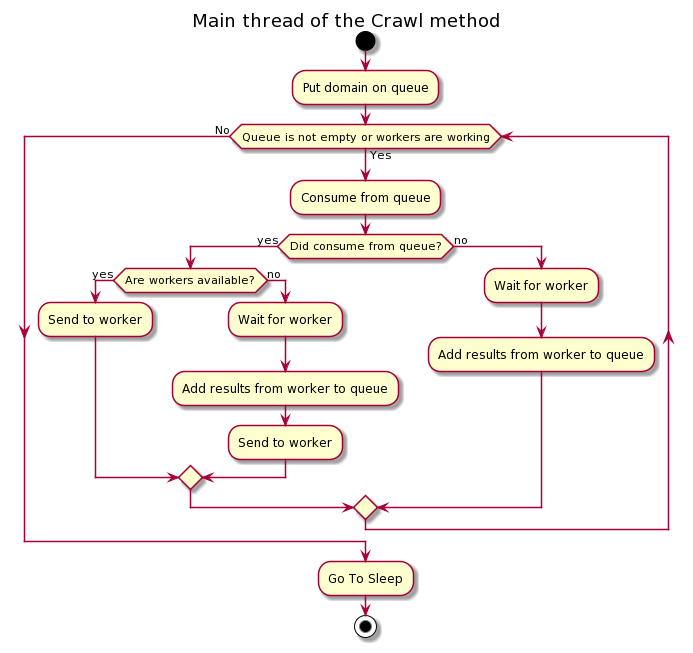
Above: main_graph.png in bkaznowski/webcrawler (PlantUML), before the change. The source it was exported from:
```plantuml
@startuml
title Main thread of the Crawl method


start
:Put domain on queue;
while (Queue is not empty or workers are working)  is (Yes)
    :Consume from queue;
    if (Did consume from queue?) then (yes)
        if (Are workers available?) then (yes)
            :Send to worker;
        else (no)
            :Wait for worker;
            :Add results from worker to queue;
            :Send to worker;
        endif
    else (no)
        :Wait for worker;
        :Add results from worker to queue;
    endif
endwhile (No)

:Go To Sleep;

stop
@enduml
```
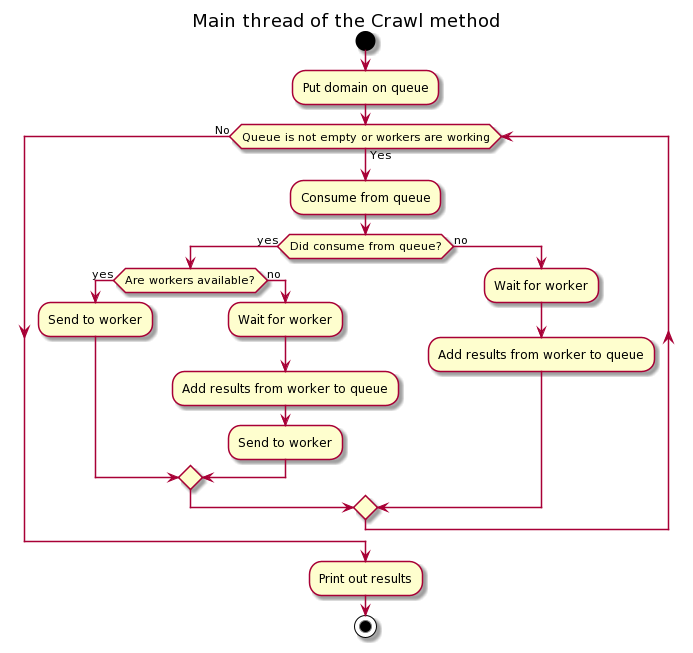
Above is the later version.

What changed in the source:
```diff
@@ -20,7 +20,7 @@
     endif
 endwhile (No)
 
-:Go To Sleep;
+:Print out results;
 
 stop
 @enduml
```
